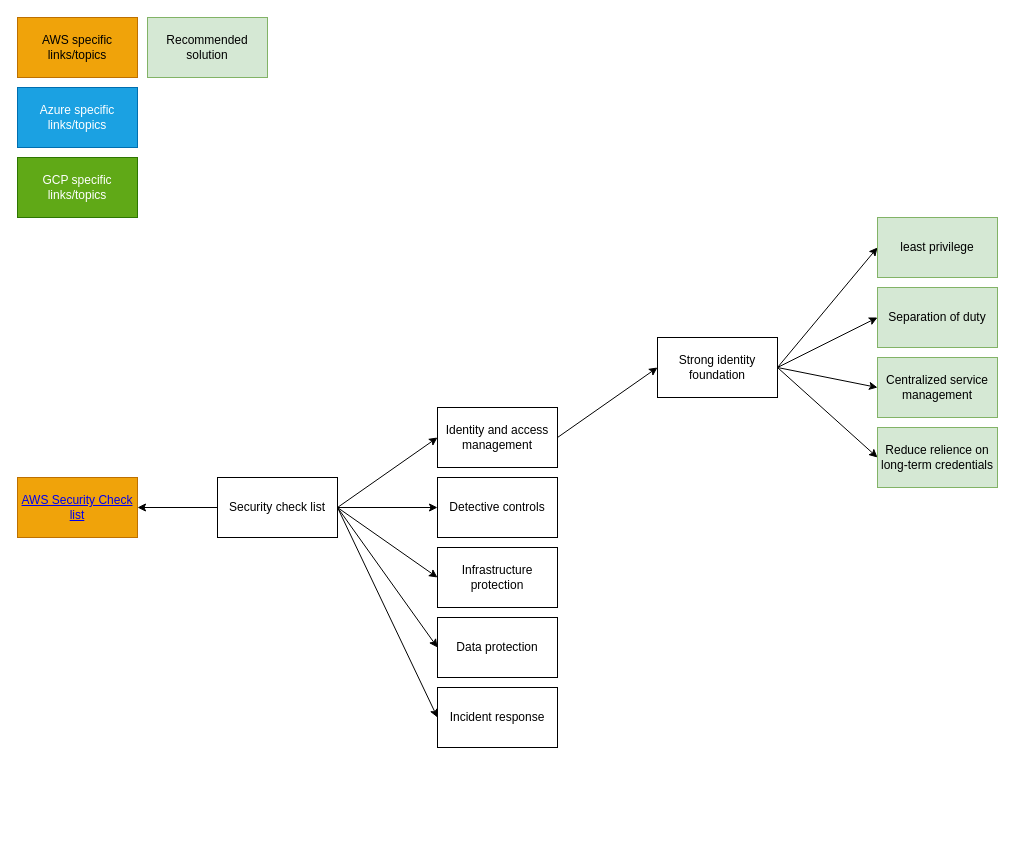
Before: drawio/cloud-migration-strategie.drawio in ParisaMousavi/wordpress, a draw.io diagram. Source tidied: cells renumbered, new cells numbered last; positions are measured from the earlier drawing's top-left corner, leaving out a move shared by most shapes. Both pictures are drawn from the tidied source at 100%, with x=0, y=0 at pixel (17, 17).
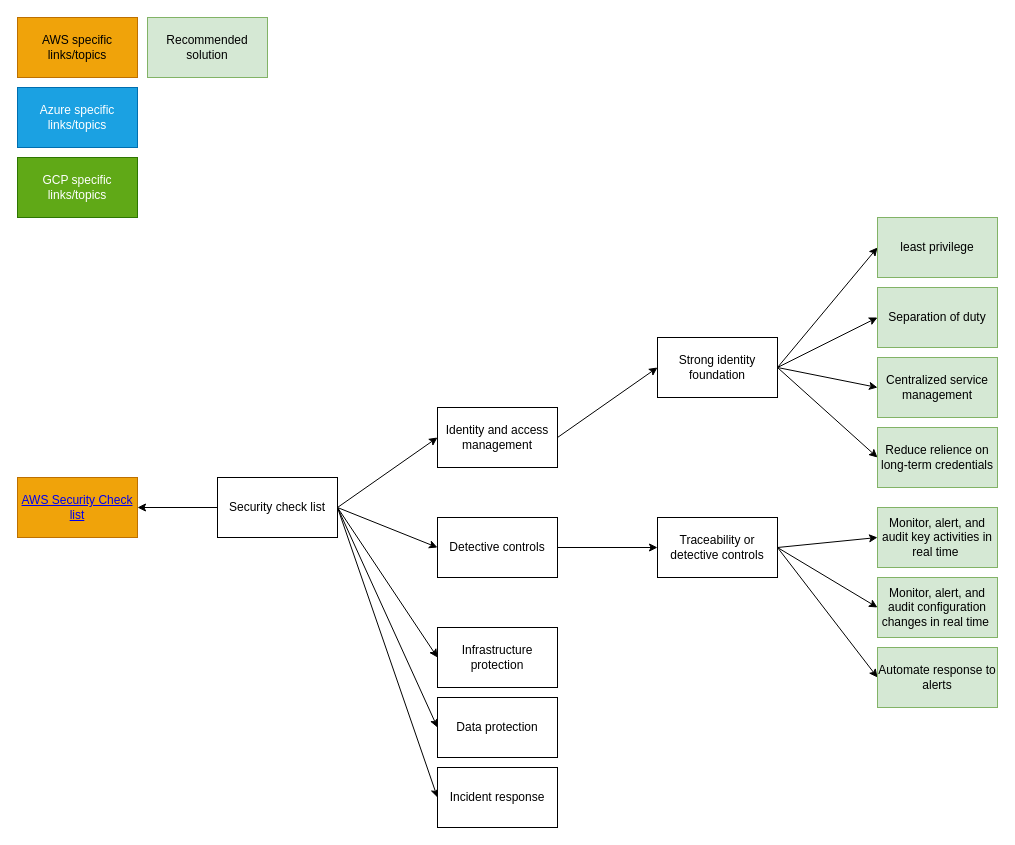
Above is the later version.

The edit, as a diff of the source:
```diff
@@
+    <mxCell id="29" style="edgeStyle=none;rounded=0;jettySize=auto;html=1;entryX=0;entryY=0.5;entryDx=0;entryDy=0;" parent="1" edge="1" source="11" target="33">
+      <mxGeometry relative="1" as="geometry" />
+    </mxCell>
     <mxCell id="11" value="Detective controls" style="whiteSpace=wrap;html=1;rounded=0;" parent="1" vertex="1">
-      <mxGeometry x="420" y="460" width="120" height="60" as="geometry" />
+      <mxGeometry x="420" y="500" width="120" height="60" as="geometry" />
     </mxCell>
     <mxCell id="12" value="Infrastructure protection" style="whiteSpace=wrap;html=1;rounded=0;" parent="1" vertex="1">
-      <mxGeometry x="420" y="530" width="120" height="60" as="geometry" />
+      <mxGeometry x="420" y="610" width="120" height="60" as="geometry" />
     </mxCell>
     <mxCell id="13" value="Data protection" style="whiteSpace=wrap;html=1;rounded=0;" parent="1" vertex="1">
-      <mxGeometry x="420" y="600" width="120" height="60" as="geometry" />
+      <mxGeometry x="420" y="680" width="120" height="60" as="geometry" />
     </mxCell>
     <mxCell id="14" value="Incident response" style="whiteSpace=wrap;html=1;rounded=0;" parent="1" vertex="1">
-      <mxGeometry x="420" y="670" width="120" height="60" as="geometry" />
+      <mxGeometry x="420" y="750" width="120" height="60" as="geometry" />
     </mxCell>
@@
+    <mxCell id="30" style="edgeStyle=none;rounded=0;jettySize=auto;html=1;entryX=0;entryY=0.5;entryDx=0;entryDy=0;exitX=1;exitY=0.5;exitDx=0;exitDy=0;" parent="1" edge="1" source="33" target="34">
+      <mxGeometry relative="1" as="geometry" />
+    </mxCell>
+    <mxCell id="31" style="edgeStyle=none;rounded=0;jettySize=auto;html=1;exitX=1;exitY=0.5;exitDx=0;exitDy=0;entryX=0;entryY=0.5;entryDx=0;entryDy=0;" parent="1" edge="1" source="33" target="35">
+      <mxGeometry relative="1" as="geometry" />
+    </mxCell>
+    <mxCell id="32" style="edgeStyle=none;rounded=0;jettySize=auto;html=1;exitX=1;exitY=0.5;exitDx=0;exitDy=0;entryX=0;entryY=0.5;entryDx=0;entryDy=0;" parent="1" edge="1" source="33" target="36">
+      <mxGeometry relative="1" as="geometry" />
+    </mxCell>
+    <mxCell id="33" value="Traceability or detective controls" style="whiteSpace=wrap;html=1;rounded=0;" parent="1" vertex="1">
+      <mxGeometry x="640" y="500" width="120" height="60" as="geometry" />
+    </mxCell>
+    <mxCell id="34" value="Monitor, alert, and audit key activities in real time&amp;nbsp;" style="whiteSpace=wrap;html=1;rounded=0;fillColor=#d5e8d4;strokeColor=#82b366;" parent="1" vertex="1">
+      <mxGeometry x="860" y="490" width="120" height="60" as="geometry" />
+    </mxCell>
+    <mxCell id="35" value="Monitor, alert, and audit configuration changes in real time&amp;nbsp;" style="whiteSpace=wrap;html=1;rounded=0;fillColor=#d5e8d4;strokeColor=#82b366;" parent="1" vertex="1">
+      <mxGeometry x="860" y="560" width="120" height="60" as="geometry" />
+    </mxCell>
+    <mxCell id="36" value="Automate response to alerts" style="whiteSpace=wrap;html=1;rounded=0;fillColor=#d5e8d4;strokeColor=#82b366;" parent="1" vertex="1">
+      <mxGeometry x="860" y="630" width="120" height="60" as="geometry" />
+    </mxCell>
```
